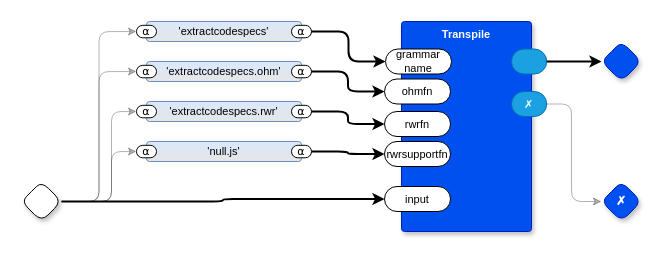
This is page "Extract Name Strings" (6 of 21) of gen0d.drawio from guitarvydas/gen0d, a draw.io file, before an edit. Source tidied: cells renumbered, new cells numbered last; positions are measured from the earlier drawing's top-left corner, leaving out a move shared by most shapes. Both pictures are drawn from the tidied source at 100%, with x=0, y=0 at pixel (21, 21).
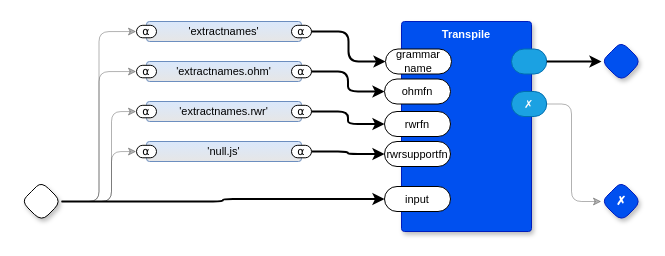
After the change.

Diff of the diagram source:
```diff
@@
-    <mxCell id="14" value="'extractcodespecs.rwr'" style="rounded=1;whiteSpace=wrap;html=1;sketch=0;verticalAlign=middle;arcSize=6;fontStyle=0;absoluteArcSize=1;shadow=0;strokeColor=#6c8ebf;fillColor=#dae8fc;fontFamily=Helvetica;fontSize=11;gradientColor=#E6E6E6;fontColor=default;" parent="1" vertex="1">
+    <mxCell id="14" value="'extractnames.rwr'" style="rounded=1;whiteSpace=wrap;html=1;sketch=0;verticalAlign=middle;arcSize=6;fontStyle=0;absoluteArcSize=1;shadow=0;strokeColor=#6c8ebf;fillColor=#dae8fc;fontFamily=Helvetica;fontSize=11;gradientColor=#E6E6E6;fontColor=default;" parent="1" vertex="1">
       <mxGeometry x="125" y="80" width="155" height="20" as="geometry" />
     </mxCell>
@@
-    <mxCell id="17" value="'extractcodespecs.ohm'" style="rounded=1;whiteSpace=wrap;html=1;sketch=0;verticalAlign=middle;arcSize=6;fontStyle=0;absoluteArcSize=1;shadow=0;strokeColor=#6c8ebf;fillColor=#dae8fc;fontFamily=Helvetica;fontSize=11;gradientColor=#E6E6E6;fontColor=default;" parent="1" vertex="1">
+    <mxCell id="17" value="'extractnames.ohm'" style="rounded=1;whiteSpace=wrap;html=1;sketch=0;verticalAlign=middle;arcSize=6;fontStyle=0;absoluteArcSize=1;shadow=0;strokeColor=#6c8ebf;fillColor=#dae8fc;fontFamily=Helvetica;fontSize=11;gradientColor=#E6E6E6;fontColor=default;" parent="1" vertex="1">
       <mxGeometry x="125" y="40" width="155" height="20" as="geometry" />
     </mxCell>
@@
-    <mxCell id="20" value="'extractcodespecs'" style="rounded=1;whiteSpace=wrap;html=1;sketch=0;verticalAlign=middle;arcSize=6;fontStyle=0;absoluteArcSize=1;shadow=0;strokeColor=#6c8ebf;fillColor=#dae8fc;fontFamily=Helvetica;fontSize=11;gradientColor=#E6E6E6;fontColor=default;" parent="1" vertex="1">
+    <mxCell id="20" value="'extractnames'" style="rounded=1;whiteSpace=wrap;html=1;sketch=0;verticalAlign=middle;arcSize=6;fontStyle=0;absoluteArcSize=1;shadow=0;strokeColor=#6c8ebf;fillColor=#dae8fc;fontFamily=Helvetica;fontSize=11;gradientColor=#E6E6E6;fontColor=default;" parent="1" vertex="1">
       <mxGeometry x="125" width="155" height="20" as="geometry" />
     </mxCell>
```
